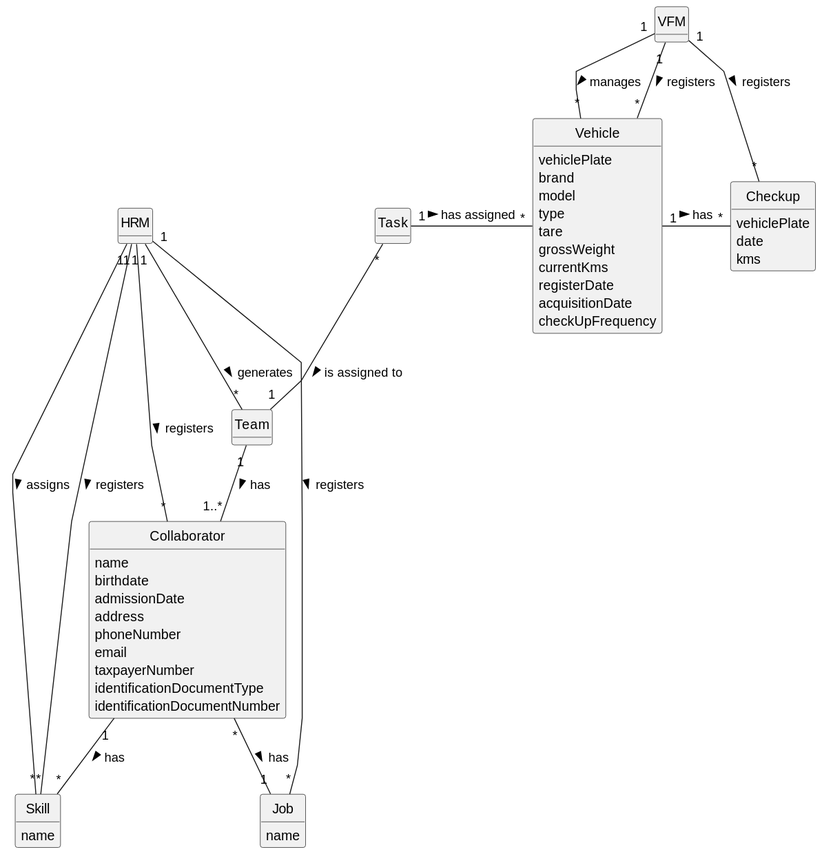
Departamento-de-Engenharia-Informatica/lei-24-s2-1dm-g132 keeps this PlantUML diagram as docs/sprintC/global-artifacts/02.analysis/svg/project-domain-model.svg. Above is the earlier version.
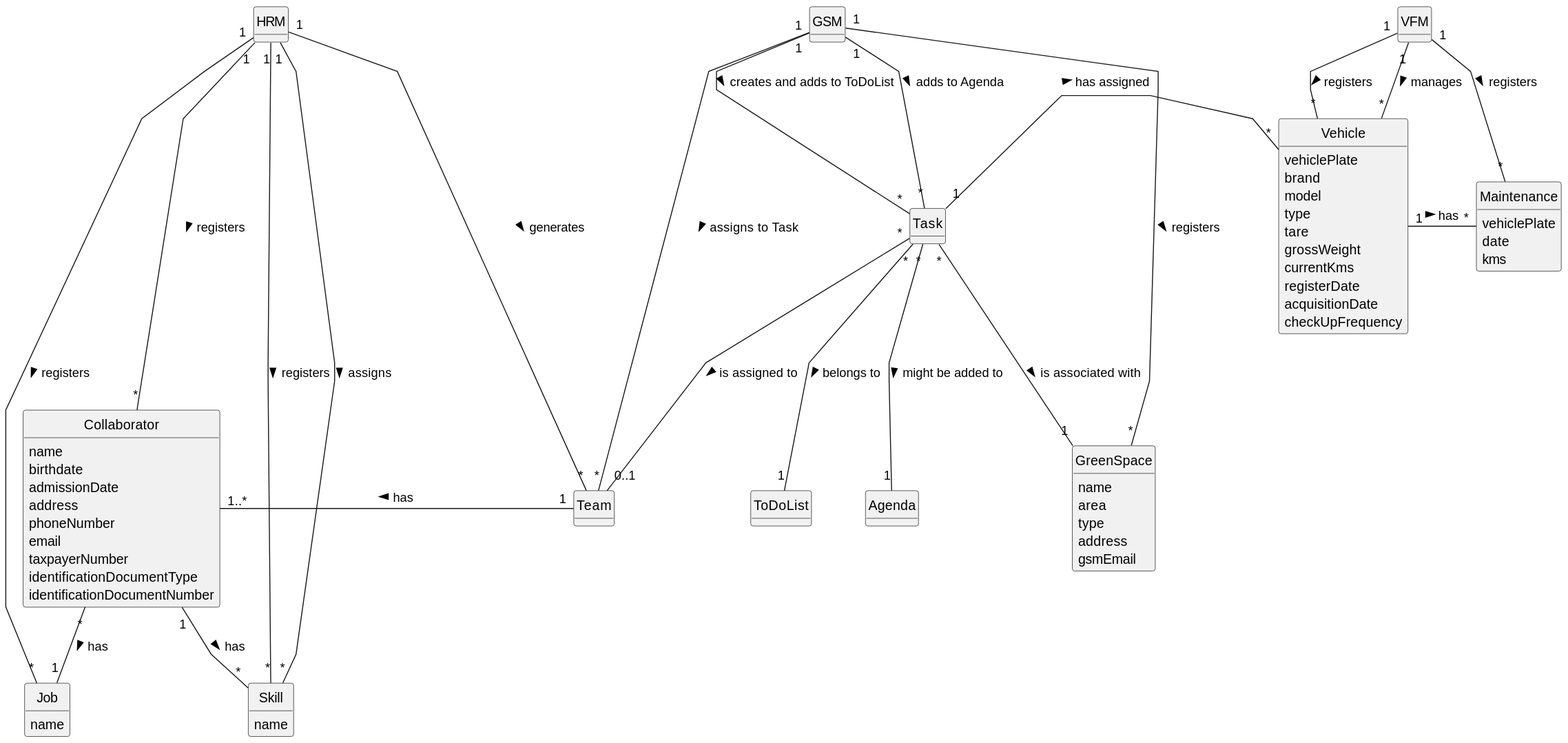
The same diagram one commit later.

What changed in the source:
```diff
@@ -13,6 +13,9 @@
 }
 
 class VFM {
+}
+
+class GSM {
 }
 
 class Skill {
@@ -54,11 +57,26 @@
     checkUpFrequency
 }
 
-class Checkup {
-vehiclePlate
+class Maintenance {
+    vehiclePlate
     date
     kms
 }
+
+class GreenSpace {
+    name
+    area
+    type
+    address
+    gsmEmail
+}
+
+class ToDoList {
+}
+
+class Agenda {
+}
+
 
 HRM "1" - "*" Skill : registers >
 HRM "1" - "*" Job : registers >
@@ -68,10 +86,17 @@
 Collaborator "*" -- "1" Job : has >
 Collaborator "1" -- "*" Skill : has >
 Team "1" - "1..*" Collaborator : has >
-Task "*" -- "1" Team : is assigned to >
+Task "*" -- "0..1" Team : is assigned to >
 VFM "1" -- "*" Vehicle : registers >
 VFM "1" -- "*" Vehicle : manages >
-Vehicle "1" - "*" Checkup : has >
+Vehicle "1" - "*" Maintenance : has >
 Task "1" - "*" Vehicle : has assigned >
-VFM "1" -- "*" Checkup : registers >
+VFM "1" -- "*" Maintenance : registers >
+Task "*" -- "1" GreenSpace : is associated with >
+Task "*" -- "1" ToDoList : belongs to >
+Task "*" -- "1" Agenda : might be added to >
+GSM "1" -- "*" GreenSpace : registers >
+GSM "1" -- "*" Task : creates and adds to ToDoList >
+GSM "1" -- "*" Task : adds to Agenda >
+GSM "1" -- "*" Team : assigns to Task >
 @enduml
```
